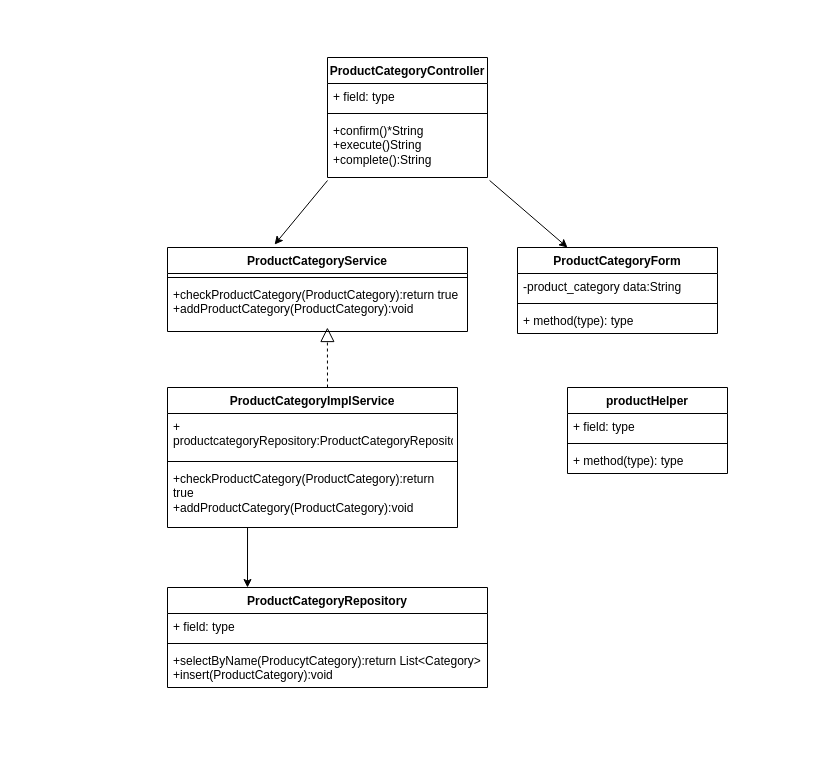
Above: plan/uml/class/classUC014.drawio in NstecEmp-013/team-dev-spring-boot-ec (draw.io), before the change. Source tidied: cells renumbered, new cells numbered last; positions are measured from the earlier drawing's top-left corner, leaving out a move shared by most shapes. Both pictures are drawn from the tidied source at 100%, with x=0, y=0 at pixel (167, 57).
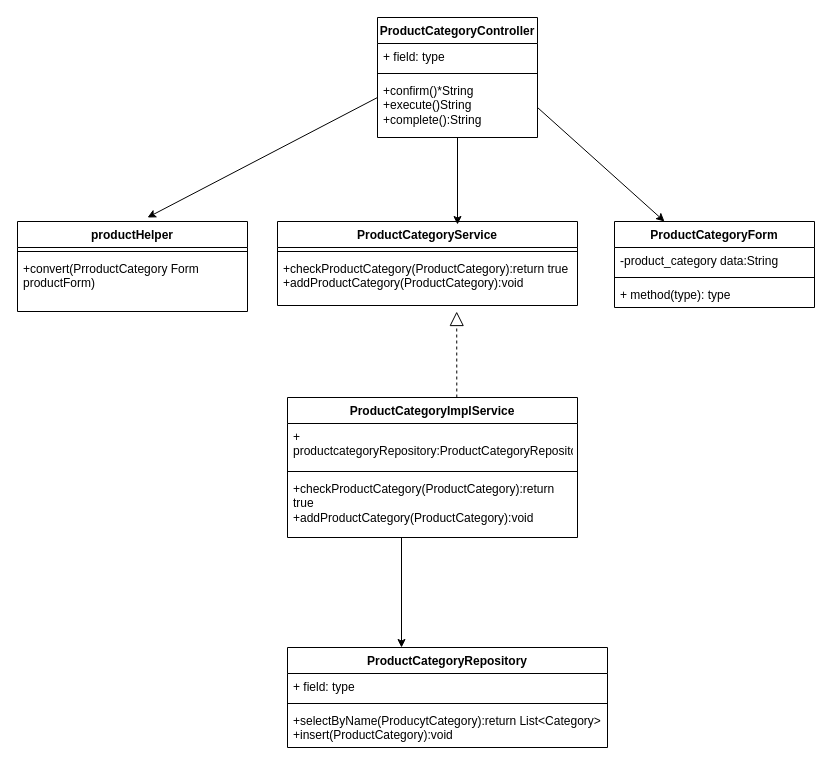
The same page after the edit.

The change refers to these unchanged cells:
```xml
<mxCell id="5" value="+confirm()*String&lt;div&gt;+execute()String&lt;/div&gt;&lt;div&gt;+complete():String&lt;/div&gt;" style="text;strokeColor=none;fillColor=none;align=left;verticalAlign=top;spacingLeft=4;spacingRight=4;overflow=hidden;points=[[0,0.5],[1,0.5]];portConstraint=eastwest;whiteSpace=wrap;html=1;" parent="2" vertex="1">
  <mxGeometry y="60" width="160" height="60" as="geometry" />
</mxCell>
<mxCell id="20" value="+checkProductCategory(ProductCategory):return true&lt;div&gt;+addProductCategory(ProductCategory):void&lt;/div&gt;" style="text;strokeColor=none;fillColor=none;align=left;verticalAlign=top;spacingLeft=4;spacingRight=4;overflow=hidden;points=[[0,0.5],[1,0.5]];portConstraint=eastwest;whiteSpace=wrap;html=1;" parent="18" vertex="1">
  <mxGeometry y="34" width="300" height="50" as="geometry" />
</mxCell>
<mxCell id="24" value="&lt;span style=&quot;color: rgb(0, 0, 0);&quot;&gt;+checkProductCategory(ProductCategory):return true&lt;/span&gt;&lt;div&gt;+addProductCategory(ProductCategory):void&lt;/div&gt;" style="text;strokeColor=none;fillColor=none;align=left;verticalAlign=top;spacingLeft=4;spacingRight=4;overflow=hidden;points=[[0,0.5],[1,0.5]];portConstraint=eastwest;whiteSpace=wrap;html=1;" parent="21" vertex="1">
  <mxGeometry y="78" width="290" height="62" as="geometry" />
</mxCell>
```

What changed in the source:
```diff
@@
     <mxCell id="2" value="ProductCategoryController" style="swimlane;fontStyle=1;align=center;verticalAlign=top;horizontal=1;startSize=26;whiteSpace=wrap;html=1;" parent="1" vertex="1">
-      <mxGeometry x="160" width="160" height="120" as="geometry" />
+      <mxGeometry x="210" y="-40" width="160" height="120" as="geometry" />
     </mxCell>
@@
     <mxCell id="6" value="ProductCategoryForm" style="swimlane;fontStyle=1;align=center;verticalAlign=top;horizontal=1;startSize=26;whiteSpace=wrap;html=1;" parent="1" vertex="1">
-      <mxGeometry x="350" y="190" width="200" height="86" as="geometry" />
+      <mxGeometry x="447" y="164" width="200" height="86" as="geometry" />
     </mxCell>
@@
     <mxCell id="10" value="productHelper" style="swimlane;fontStyle=1;align=center;verticalAlign=top;horizontal=1;startSize=26;whiteSpace=wrap;html=1;" parent="1" vertex="1">
-      <mxGeometry x="400" y="330" width="160" height="86" as="geometry" />
+      <mxGeometry x="-150" y="164" width="230" height="90" as="geometry" />
     </mxCell>
-    <mxCell id="11" value="+ field: type" style="text;strokeColor=none;fillColor=none;align=left;verticalAlign=top;spacingLeft=4;spacingRight=4;overflow=hidden;whiteSpace=wrap;html=1;" parent="10" vertex="1">
-      <mxGeometry y="26" width="160" height="26" as="geometry" />
-    </mxCell>
     <mxCell id="12" style="line;strokeWidth=1;fillColor=none;align=left;verticalAlign=middle;spacingTop=-1;spacingLeft=3;spacingRight=3;labelPosition=right;strokeColor=inherit;" parent="10" vertex="1">
-      <mxGeometry y="52" width="160" height="8" as="geometry" />
+      <mxGeometry y="26" width="230" height="8" as="geometry" />
     </mxCell>
-    <mxCell id="13" value="+ method(type): type" style="text;strokeColor=none;fillColor=none;align=left;verticalAlign=top;spacingLeft=4;spacingRight=4;overflow=hidden;whiteSpace=wrap;html=1;" parent="10" vertex="1">
-      <mxGeometry y="60" width="160" height="26" as="geometry" />
+    <mxCell id="13" value="+convert(PrroductCategory Form productForm)" style="text;strokeColor=none;fillColor=none;align=left;verticalAlign=top;spacingLeft=4;spacingRight=4;overflow=hidden;whiteSpace=wrap;html=1;" parent="10" vertex="1">
+      <mxGeometry y="34" width="230" height="56" as="geometry" />
     </mxCell>
     <mxCell id="14" value="ProductCategoryRepository" style="swimlane;fontStyle=1;align=center;verticalAlign=top;horizontal=1;startSize=26;whiteSpace=wrap;html=1;" parent="1" vertex="1">
-      <mxGeometry y="530" width="320" height="100" as="geometry" />
+      <mxGeometry x="120" y="590" width="320" height="100" as="geometry" />
     </mxCell>
@@
     <mxCell id="18" value="ProductCategoryService" style="swimlane;fontStyle=1;align=center;verticalAlign=top;horizontal=1;startSize=26;whiteSpace=wrap;html=1;" parent="1" vertex="1">
-      <mxGeometry y="190" width="300" height="84" as="geometry" />
+      <mxGeometry x="110" y="164" width="300" height="84" as="geometry" />
     </mxCell>
@@
     <mxCell id="21" value="ProductCategoryImplService" style="swimlane;fontStyle=1;align=center;verticalAlign=top;horizontal=1;startSize=26;whiteSpace=wrap;html=1;" parent="1" vertex="1">
-      <mxGeometry y="330" width="290" height="140" as="geometry" />
+      <mxGeometry x="120" y="340" width="290" height="140" as="geometry" />
     </mxCell>
@@
-    <mxCell id="25" style="endArrow=classic;html=1;exitX=1.013;exitY=1.049;exitDx=0;exitDy=0;exitPerimeter=0;entryX=0.25;entryY=0;entryDx=0;entryDy=0;" parent="1" edge="1" source="5" target="6">
+    <mxCell id="25" style="endArrow=classic;html=1;exitX=1;exitY=0.5;exitDx=0;exitDy=0;entryX=0.25;entryY=0;entryDx=0;entryDy=0;" parent="1" edge="1" source="5" target="6">
       <mxGeometry relative="1" as="geometry" />
     </mxCell>
-    <mxCell id="26" style="endArrow=classic;html=1;exitX=1.013;exitY=1.049;exitDx=0;exitDy=0;exitPerimeter=0;entryX=0.357;entryY=-0.035;entryDx=0;entryDy=0;entryPerimeter=0;" parent="1" edge="1" target="18">
-      <mxGeometry relative="1" as="geometry">
-        <mxPoint x="160" y="123" as="sourcePoint" />
-      </mxGeometry>
-    </mxCell>
-    <mxCell id="27" style="endArrow=classic;html=1;entryX=0.25;entryY=0;entryDx=0;entryDy=0;exitX=0.276;exitY=1;exitDx=0;exitDy=0;exitPerimeter=0;" parent="1" edge="1" source="24" target="14">
-      <mxGeometry relative="1" as="geometry" />
+    <mxCell id="27" style="endArrow=classic;html=1;entryX=0.25;entryY=0;entryDx=0;entryDy=0;exitX=0.276;exitY=1;exitDx=0;exitDy=0;exitPerimeter=0;" parent="1" edge="1">
+      <mxGeometry relative="1" as="geometry">
+        <mxPoint x="234" y="480" as="sourcePoint" />
+        <mxPoint x="234" y="590" as="targetPoint" />
+      </mxGeometry>
     </mxCell>
-    <mxCell id="28" style="endArrow=block;dashed=1;endFill=0;endSize=12;html=1;entryX=0.533;entryY=0.92;entryDx=0;entryDy=0;entryPerimeter=0;" parent="1" edge="1" target="20">
+    <mxCell id="28" style="endArrow=block;dashed=1;endFill=0;endSize=12;html=1;entryX=0.533;entryY=0.92;entryDx=0;entryDy=0;entryPerimeter=0;" parent="1" edge="1">
       <mxGeometry relative="1" as="geometry">
-        <mxPoint x="160" y="330" as="sourcePoint" />
+        <mxPoint x="289.3" y="340" as="sourcePoint" />
+        <mxPoint x="289.2" y="254" as="targetPoint" />
       </mxGeometry>
     </mxCell>
+    <mxCell id="29" style="endArrow=classic;html=1;exitX=1.013;exitY=1.049;exitDx=0;exitDy=0;exitPerimeter=0;" parent="1" edge="1">
+      <mxGeometry relative="1" as="geometry">
+        <mxPoint x="290" y="80" as="sourcePoint" />
+        <mxPoint x="290" y="167" as="targetPoint" />
+      </mxGeometry>
+    </mxCell>
+    <mxCell id="30" style="endArrow=classic;html=1;exitX=1.013;exitY=1.049;exitDx=0;exitDy=0;exitPerimeter=0;" parent="1" edge="1">
+      <mxGeometry relative="1" as="geometry">
+        <mxPoint x="210" y="40" as="sourcePoint" />
+        <mxPoint x="-20" y="160" as="targetPoint" />
+      </mxGeometry>
+    </mxCell>
```
